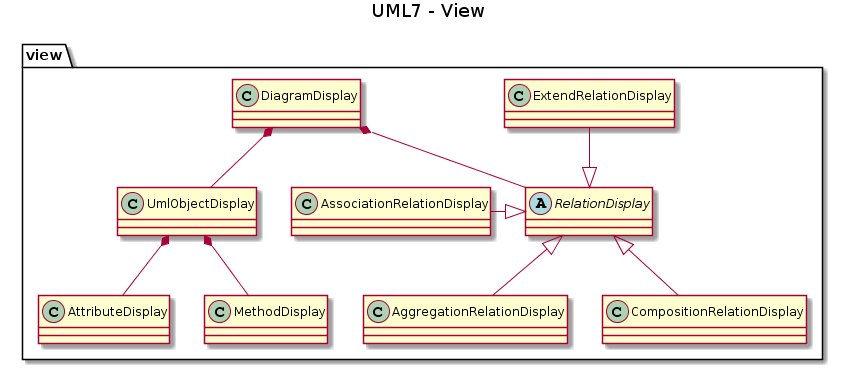
Earlier version of the PlantUML export doc/UML/view_naked.png (echodeltaFR/UML7).
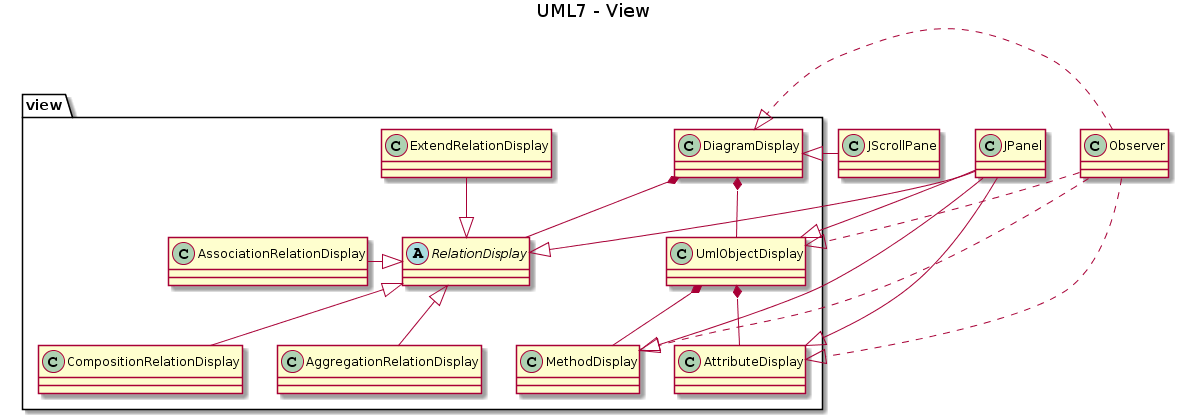
Above is the later version.

Commit message:
MAJ Diagrame vue

The edit, as a diff of the source:
```diff
@@ -2,25 +2,17 @@
 title UML7 - View
 
 package view {
-
-abstract RelationDisplay
-
-class AggregationRelationDisplay
-
-class AssociationRelationDisplay
-
-class CompositionRelationDisplay
-
-class ExtendRelationDisplay
-
-class AttributeDisplay
-
-class MethodDisplay
-
-class UmlObjectDisplay
-
-class DiagramDisplay
-
+    abstract RelationDisplay
+    class CompositionRelationDisplay
+    class AssociationRelationDisplay
+    class AggregationRelationDisplay
+    class AggregationRelationDisplay
+    class UmlObjectDisplay
+    class MethodDisplay
+    class AttributeDisplay
+    class ExtendRelationDisplay
+    class DiagramDisplay
+}
 RelationDisplay <|-- CompositionRelationDisplay
 RelationDisplay <|-left- AssociationRelationDisplay
 RelationDisplay <|-down- AggregationRelationDisplay
@@ -30,5 +22,14 @@
 UmlObjectDisplay *-- MethodDisplay
 UmlObjectDisplay *-- AttributeDisplay
 
-}
+AttributeDisplay <|.left. Observer
+MethodDisplay <|.left. Observer
+UmlObjectDisplay <|.left. Observer
+DiagramDisplay <|.left. Observer
+AttributeDisplay <|-up- JPanel
+MethodDisplay <|-up- JPanel
+UmlObjectDisplay <|-up- JPanel
+RelationDisplay <|-up- JPanel
+
+DiagramDisplay <|-right- JScrollPane
 @enduml
```
